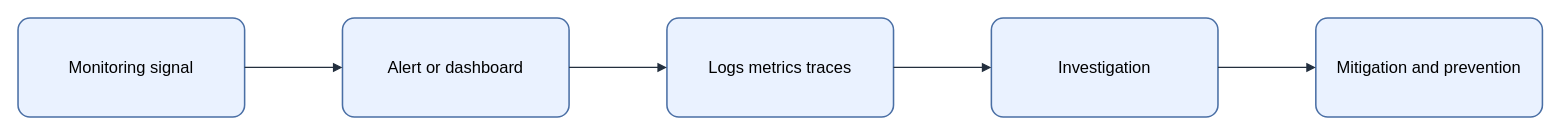
Earlier version of the draw.io diagram assets/img/observability/monitoring-observability-flow.drawio (KKamJi98/kkamji98.github.io). Source tidied: cells renumbered, new cells numbered last; positions are measured from the earlier drawing's top-left corner, leaving out a move shared by most shapes. Both pictures are drawn from the tidied source at 103%, with x=0, y=0 at pixel (18, 18).
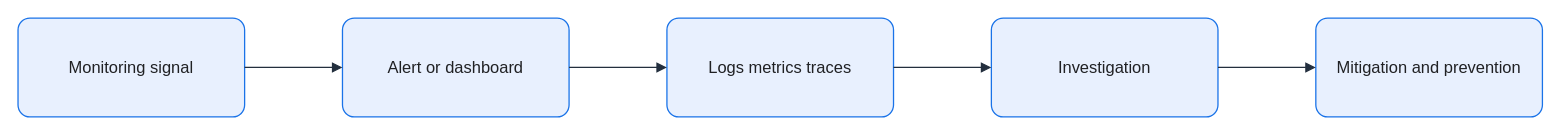
The same page after the edit.

The edit, as a diff of the source:
```diff
@@
 <mxGraphModel background="#FFFFFF">
   <root>
     <mxCell id="0" />
     <mxCell id="1" parent="0" />
-    <mxCell id="2" value="Monitoring signal" style="rounded=1;arcSize=12;whiteSpace=wrap;html=0;fillColor=#EAF2FF;strokeColor=#4A6FA5;strokeWidth=1.5;fontColor=#000000;fontSize=16;align=center;verticalAlign=middle;spacing=8;shadow=0;" parent="1" vertex="1">
+    <mxCell id="2" value="Monitoring signal" style="rounded=1;arcSize=12;whiteSpace=wrap;html=0;fillColor=#E8F0FE;strokeColor=#1A73E8;strokeWidth=1.25;fontColor=#202124;fontSize=16;align=center;verticalAlign=middle;spacing=8;shadow=0;" parent="1" vertex="1">
       <mxGeometry width="220" height="96" as="geometry" />
     </mxCell>
-    <mxCell id="3" value="Alert or dashboard" style="rounded=1;arcSize=12;whiteSpace=wrap;html=0;fillColor=#EAF2FF;strokeColor=#4A6FA5;strokeWidth=1.5;fontColor=#000000;fontSize=16;align=center;verticalAlign=middle;spacing=8;shadow=0;" parent="1" vertex="1">
+    <mxCell id="3" value="Alert or dashboard" style="rounded=1;arcSize=12;whiteSpace=wrap;html=0;fillColor=#E8F0FE;strokeColor=#1A73E8;strokeWidth=1.25;fontColor=#202124;fontSize=16;align=center;verticalAlign=middle;spacing=8;shadow=0;" parent="1" vertex="1">
       <mxGeometry x="315" width="220" height="96" as="geometry" />
     </mxCell>
-    <mxCell id="4" value="Logs metrics traces" style="rounded=1;arcSize=12;whiteSpace=wrap;html=0;fillColor=#EAF2FF;strokeColor=#4A6FA5;strokeWidth=1.5;fontColor=#000000;fontSize=16;align=center;verticalAlign=middle;spacing=8;shadow=0;" parent="1" vertex="1">
+    <mxCell id="4" value="Logs metrics traces" style="rounded=1;arcSize=12;whiteSpace=wrap;html=0;fillColor=#E8F0FE;strokeColor=#1A73E8;strokeWidth=1.25;fontColor=#202124;fontSize=16;align=center;verticalAlign=middle;spacing=8;shadow=0;" parent="1" vertex="1">
       <mxGeometry x="630" width="220" height="96" as="geometry" />
     </mxCell>
-    <mxCell id="5" value="Investigation" style="rounded=1;arcSize=12;whiteSpace=wrap;html=0;fillColor=#EAF2FF;strokeColor=#4A6FA5;strokeWidth=1.5;fontColor=#000000;fontSize=16;align=center;verticalAlign=middle;spacing=8;shadow=0;" parent="1" vertex="1">
+    <mxCell id="5" value="Investigation" style="rounded=1;arcSize=12;whiteSpace=wrap;html=0;fillColor=#E8F0FE;strokeColor=#1A73E8;strokeWidth=1.25;fontColor=#202124;fontSize=16;align=center;verticalAlign=middle;spacing=8;shadow=0;" parent="1" vertex="1">
       <mxGeometry x="945" width="220" height="96" as="geometry" />
     </mxCell>
-    <mxCell id="6" value="Mitigation and prevention" style="rounded=1;arcSize=12;whiteSpace=wrap;html=0;fillColor=#EAF2FF;strokeColor=#4A6FA5;strokeWidth=1.5;fontColor=#000000;fontSize=16;align=center;verticalAlign=middle;spacing=8;shadow=0;" parent="1" vertex="1">
+    <mxCell id="6" value="Mitigation and prevention" style="rounded=1;arcSize=12;whiteSpace=wrap;html=0;fillColor=#E8F0FE;strokeColor=#1A73E8;strokeWidth=1.25;fontColor=#202124;fontSize=16;align=center;verticalAlign=middle;spacing=8;shadow=0;" parent="1" vertex="1">
       <mxGeometry x="1260" width="220" height="96" as="geometry" />
     </mxCell>
-    <mxCell id="7" style="edgeStyle=orthogonalEdgeStyle;rounded=0;jettySize=auto;html=0;endArrow=block;endFill=1;strokeColor=#232F3E;strokeWidth=1.25;fontColor=#000000;labelBackgroundColor=none;exitX=1;exitY=0.5;exitDx=0;exitDy=0;entryX=0;entryY=0.5;entryDx=0;entryDy=0;" parent="1" edge="1" source="2" target="3">
+    <mxCell id="7" style="edgeStyle=orthogonalEdgeStyle;rounded=0;jettySize=auto;html=0;endArrow=block;endFill=1;strokeColor=#232F3E;strokeWidth=1.25;fontColor=#202124;labelBackgroundColor=none;exitX=1;exitY=0.5;exitDx=0;exitDy=0;entryX=0;entryY=0.5;entryDx=0;entryDy=0;endSize=7;" parent="1" edge="1" source="2" target="3">
       <mxGeometry relative="1" as="geometry" />
     </mxCell>
-    <mxCell id="8" style="edgeStyle=orthogonalEdgeStyle;rounded=0;jettySize=auto;html=0;endArrow=block;endFill=1;strokeColor=#232F3E;strokeWidth=1.25;fontColor=#000000;labelBackgroundColor=none;exitX=1;exitY=0.5;exitDx=0;exitDy=0;entryX=0;entryY=0.5;entryDx=0;entryDy=0;" parent="1" edge="1" source="3" target="4">
+    <mxCell id="8" style="edgeStyle=orthogonalEdgeStyle;rounded=0;jettySize=auto;html=0;endArrow=block;endFill=1;strokeColor=#232F3E;strokeWidth=1.25;fontColor=#202124;labelBackgroundColor=none;exitX=1;exitY=0.5;exitDx=0;exitDy=0;entryX=0;entryY=0.5;entryDx=0;entryDy=0;endSize=7;" parent="1" edge="1" source="3" target="4">
       <mxGeometry relative="1" as="geometry" />
     </mxCell>
-    <mxCell id="9" style="edgeStyle=orthogonalEdgeStyle;rounded=0;jettySize=auto;html=0;endArrow=block;endFill=1;strokeColor=#232F3E;strokeWidth=1.25;fontColor=#000000;labelBackgroundColor=none;exitX=1;exitY=0.5;exitDx=0;exitDy=0;entryX=0;entryY=0.5;entryDx=0;entryDy=0;" parent="1" edge="1" source="4" target="5">
+    <mxCell id="9" style="edgeStyle=orthogonalEdgeStyle;rounded=0;jettySize=auto;html=0;endArrow=block;endFill=1;strokeColor=#232F3E;strokeWidth=1.25;fontColor=#202124;labelBackgroundColor=none;exitX=1;exitY=0.5;exitDx=0;exitDy=0;entryX=0;entryY=0.5;entryDx=0;entryDy=0;endSize=7;" parent="1" edge="1" source="4" target="5">
       <mxGeometry relative="1" as="geometry" />
     </mxCell>
-    <mxCell id="10" style="edgeStyle=orthogonalEdgeStyle;rounded=0;jettySize=auto;html=0;endArrow=block;endFill=1;strokeColor=#232F3E;strokeWidth=1.25;fontColor=#000000;labelBackgroundColor=none;exitX=1;exitY=0.5;exitDx=0;exitDy=0;entryX=0;entryY=0.5;entryDx=0;entryDy=0;" parent="1" edge="1" source="5" target="6">
+    <mxCell id="10" style="edgeStyle=orthogonalEdgeStyle;rounded=0;jettySize=auto;html=0;endArrow=block;endFill=1;strokeColor=#232F3E;strokeWidth=1.25;fontColor=#202124;labelBackgroundColor=none;exitX=1;exitY=0.5;exitDx=0;exitDy=0;entryX=0;entryY=0.5;entryDx=0;entryDy=0;endSize=7;" parent="1" edge="1" source="5" target="6">
       <mxGeometry relative="1" as="geometry" />
     </mxCell>
   </root>
 </mxGraphModel>
```
